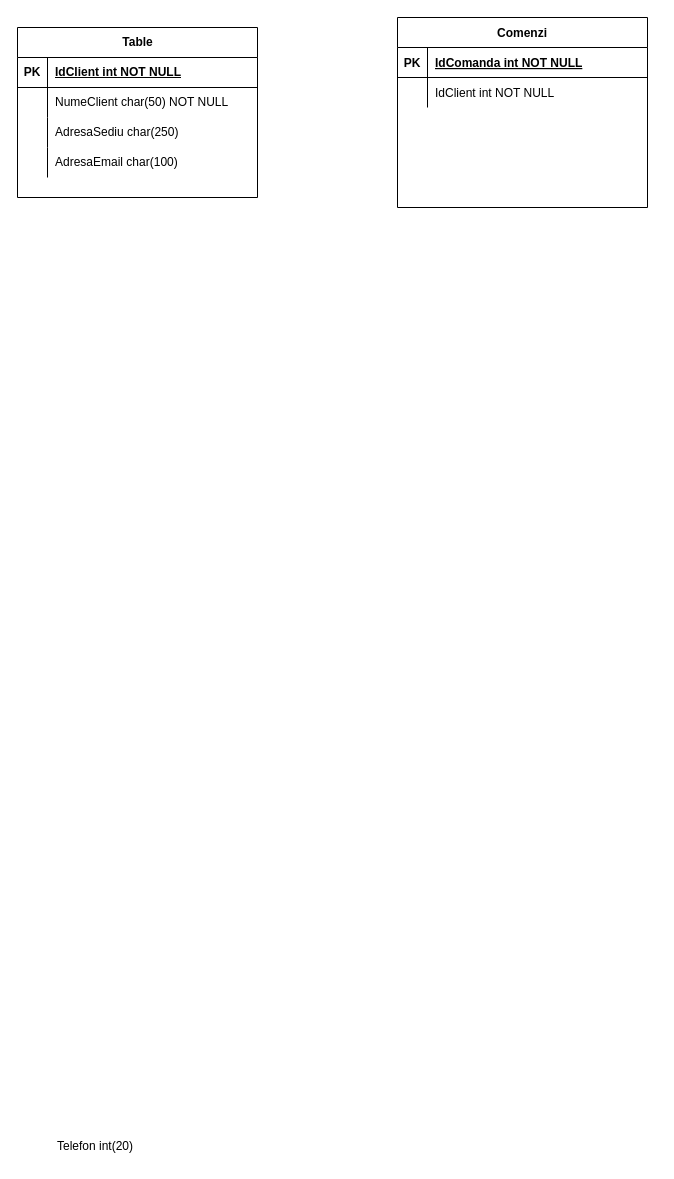
Above: TransportDataBase.drawio in AncaOanaM/Transport-Database (draw.io), before the change. Source tidied: cells renumbered, new cells numbered last; positions are measured from the earlier drawing's top-left corner, leaving out a move shared by most shapes. Both pictures are drawn from the tidied source at 100%, with x=0, y=0 at pixel (17, 17).
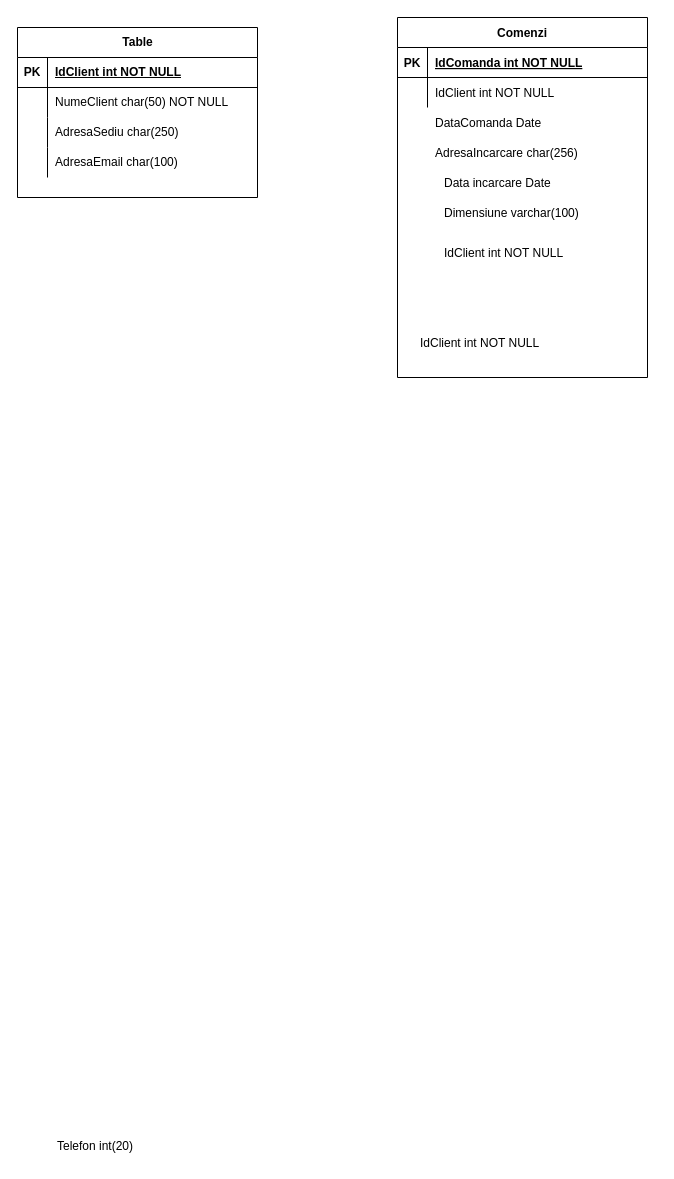
The same page after the edit.

What changed in the source:
```diff
@@
     <mxCell id="2" value="Comenzi" style="shape=table;startSize=30;childLayout=tableLayout;rowLines=0;fontStyle=1;align=center;" parent="1" vertex="1">
-      <mxGeometry x="380" width="250" height="190" as="geometry" />
+      <mxGeometry x="380" width="250" height="360" as="geometry" />
     </mxCell>
@@
+    <mxCell id="23" value="DataComanda Date" style="shape=partialRectangle;overflow=hidden;fillColor=none;top=0;left=0;bottom=0;right=0;align=left;spacingLeft=6;" parent="1" vertex="1">
+      <mxGeometry x="410" y="90" width="220" height="30" as="geometry" />
+    </mxCell>
+    <mxCell id="24" value="AdresaIncarcare char(256)" style="shape=partialRectangle;overflow=hidden;fillColor=none;top=0;left=0;bottom=0;right=0;align=left;spacingLeft=6;" parent="1" vertex="1">
+      <mxGeometry x="410" y="120" width="220" height="30" as="geometry" />
+    </mxCell>
+    <mxCell id="25" value="Data incarcare Date" style="shape=partialRectangle;overflow=hidden;fillColor=none;top=0;left=0;bottom=0;right=0;align=left;spacingLeft=6;" parent="1" vertex="1">
+      <mxGeometry x="419" y="150" width="220" height="30" as="geometry" />
+    </mxCell>
+    <mxCell id="26" value="Dimensiune varchar(100)" style="shape=partialRectangle;overflow=hidden;fillColor=none;top=0;left=0;bottom=0;right=0;align=left;spacingLeft=6;" parent="1" vertex="1">
+      <mxGeometry x="419" y="180" width="220" height="30" as="geometry" />
+    </mxCell>
+    <mxCell id="27" value="IdClient int NOT NULL" style="shape=partialRectangle;overflow=hidden;fillColor=none;top=0;left=0;bottom=0;right=0;align=left;spacingLeft=6;" parent="1" vertex="1">
+      <mxGeometry x="419" y="220" width="220" height="30" as="geometry" />
+    </mxCell>
+    <mxCell id="28" value="IdClient int NOT NULL" style="shape=partialRectangle;overflow=hidden;fillColor=none;top=0;left=0;bottom=0;right=0;align=left;spacingLeft=6;" parent="1" vertex="1">
+      <mxGeometry x="395" y="310" width="220" height="30" as="geometry" />
+    </mxCell>
```
